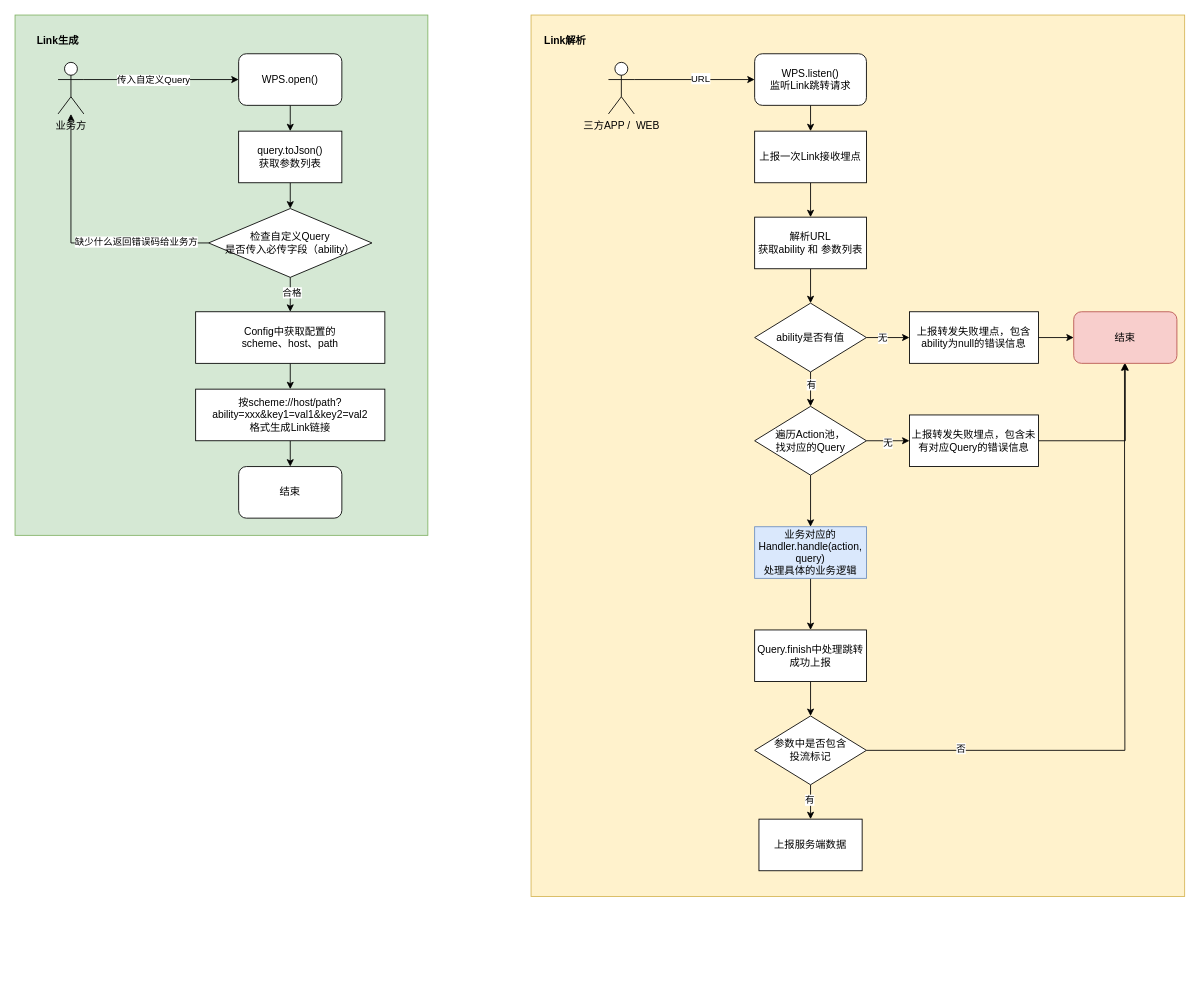
Above: Link统一技术框架.drawio in welthy/WXInspireLibrary (draw.io), before the change. Source tidied: cells renumbered, new cells numbered last; positions are measured from the earlier drawing's top-left corner, leaving out a move shared by most shapes. Both pictures are drawn from the tidied source at 86%, with x=0, y=0 at pixel (15, 15).
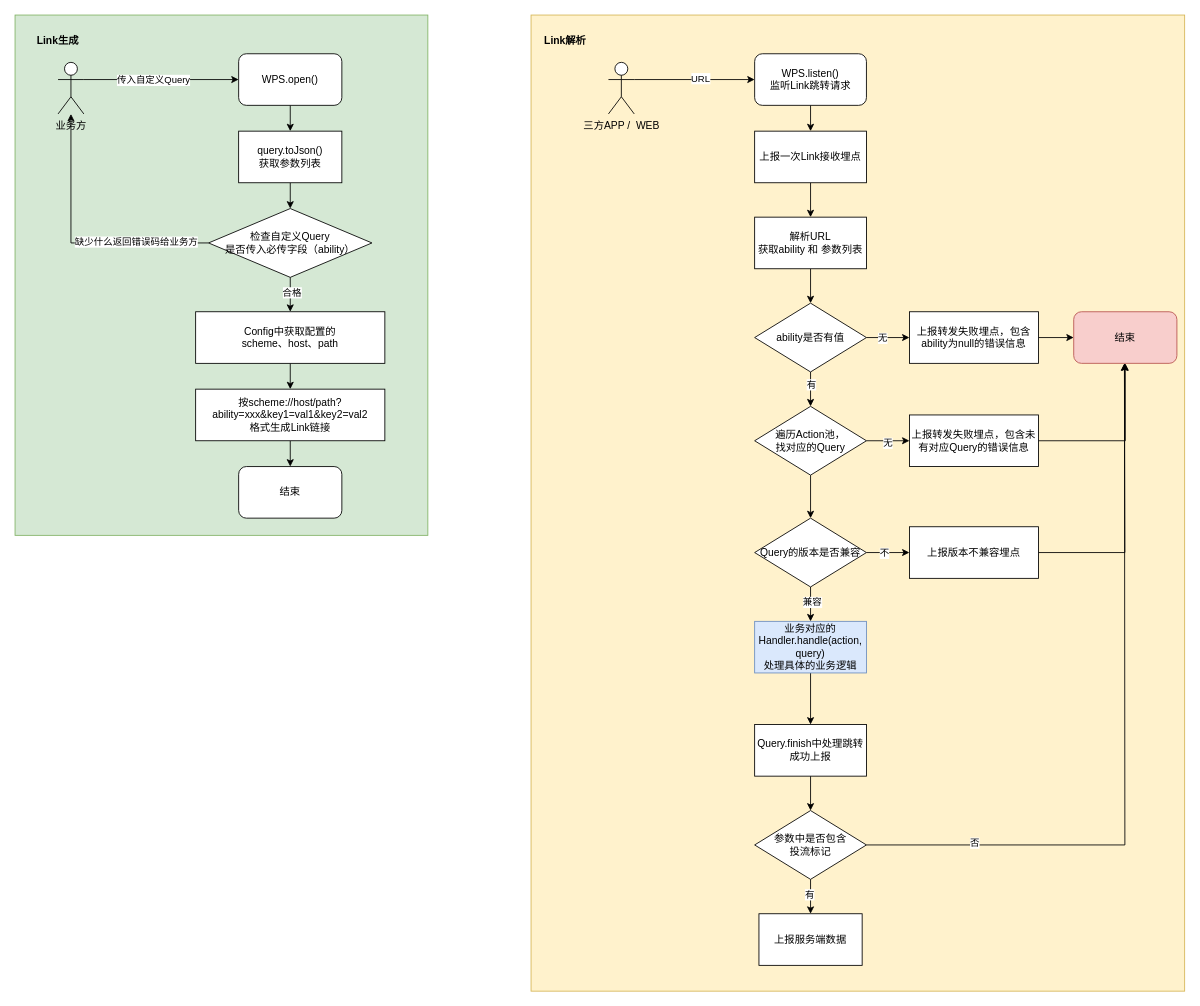
The same page after the edit.

Commit message:
更新Link统一技术框架.drawio

The change refers to these unchanged cells:
```xml
<mxCell id="43" value="遍历Action池，&lt;div&gt;找对应的Query&lt;/div&gt;" style="rhombus;whiteSpace=wrap;html=1;" parent="1" vertex="1">
  <mxGeometry x="860" y="455" width="130" height="80" as="geometry" />
</mxCell>
```

Diff of the diagram source:
```diff
@@
     <mxCell id="2" style="rounded=0;whiteSpace=wrap;html=1;fillColor=#fff2cc;strokeColor=#d6b656;" parent="1" vertex="1">
-      <mxGeometry x="600" width="760" height="1025" as="geometry" />
+      <mxGeometry x="600" width="760" height="1135" as="geometry" />
     </mxCell>
@@
-    <mxCell id="42" style="edgeStyle=orthogonalEdgeStyle;rounded=0;jettySize=auto;html=1;exitX=0.5;exitY=1;exitDx=0;exitDy=0;entryX=0.5;entryY=0;entryDx=0;entryDy=0;" parent="1" edge="1" source="43" target="47">
-      <mxGeometry relative="1" as="geometry" />
-    </mxCell>
+    <mxCell id="56" style="edgeStyle=orthogonalEdgeStyle;rounded=0;jettySize=auto;html=1;exitX=0.5;exitY=1;exitDx=0;exitDy=0;entryX=0.5;entryY=0;entryDx=0;entryDy=0;" parent="1" edge="1" source="43" target="61">
+      <mxGeometry relative="1" as="geometry" />
+    </mxCell>
@@
     <mxCell id="47" value="业务对应的Handler.handle(action, query)&lt;div&gt;处理具体的业务逻辑&lt;/div&gt;" style="rounded=0;whiteSpace=wrap;html=1;fillColor=#dae8fc;strokeColor=#6c8ebf;" parent="1" vertex="1">
-      <mxGeometry x="860" y="595" width="130" height="60" as="geometry" />
+      <mxGeometry x="860" y="705" width="130" height="60" as="geometry" />
     </mxCell>
@@
     <mxCell id="49" value="Query.finish中处理跳转成功上报" style="rounded=0;whiteSpace=wrap;html=1;" parent="1" vertex="1">
-      <mxGeometry x="860" y="715" width="130" height="60" as="geometry" />
+      <mxGeometry x="860" y="825" width="130" height="60" as="geometry" />
     </mxCell>
@@
     <mxCell id="54" value="参数中是否包含&lt;div&gt;投流标记&lt;/div&gt;" style="rhombus;whiteSpace=wrap;html=1;" parent="1" vertex="1">
-      <mxGeometry x="860" y="815" width="130" height="80" as="geometry" />
+      <mxGeometry x="860" y="925" width="130" height="80" as="geometry" />
     </mxCell>
     <mxCell id="55" value="上报服务端数据" style="rounded=0;whiteSpace=wrap;html=1;" parent="1" vertex="1">
-      <mxGeometry x="865" y="935" width="120" height="60" as="geometry" />
+      <mxGeometry x="865" y="1045" width="120" height="60" as="geometry" />
     </mxCell>
+    <mxCell id="57" style="edgeStyle=orthogonalEdgeStyle;rounded=0;jettySize=auto;html=1;exitX=0.5;exitY=1;exitDx=0;exitDy=0;entryX=0.5;entryY=0;entryDx=0;entryDy=0;" parent="1" edge="1" source="61" target="47">
+      <mxGeometry relative="1" as="geometry" />
+    </mxCell>
+    <mxCell id="58" value="兼容" style="edgeLabel;html=1;align=center;verticalAlign=middle;" parent="57" vertex="1">
+      <mxGeometry x="-0.15" y="1" relative="1" as="geometry" />
+    </mxCell>
+    <mxCell id="59" style="edgeStyle=orthogonalEdgeStyle;rounded=0;jettySize=auto;html=1;exitX=1;exitY=0.5;exitDx=0;exitDy=0;entryX=0;entryY=0.5;entryDx=0;entryDy=0;" parent="1" edge="1" source="61" target="63">
+      <mxGeometry relative="1" as="geometry" />
+    </mxCell>
+    <mxCell id="60" value="不" style="edgeLabel;html=1;align=center;verticalAlign=middle;" parent="59" vertex="1">
+      <mxGeometry x="-0.2" relative="1" as="geometry" />
+    </mxCell>
+    <mxCell id="61" value="Query的版本是否兼容" style="rhombus;whiteSpace=wrap;html=1;" parent="1" vertex="1">
+      <mxGeometry x="860" y="585" width="130" height="80" as="geometry" />
+    </mxCell>
+    <mxCell id="62" style="edgeStyle=orthogonalEdgeStyle;rounded=0;jettySize=auto;html=1;exitX=1;exitY=0.5;exitDx=0;exitDy=0;" parent="1" edge="1" source="63">
+      <mxGeometry relative="1" as="geometry">
+        <mxPoint x="1290" y="405" as="targetPoint" />
+      </mxGeometry>
+    </mxCell>
+    <mxCell id="63" value="上报版本不兼容埋点" style="rounded=0;whiteSpace=wrap;html=1;" parent="1" vertex="1">
+      <mxGeometry x="1040" y="595" width="150" height="60" as="geometry" />
+    </mxCell>
```
